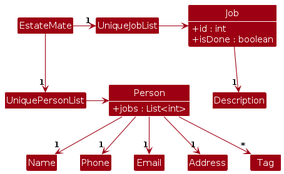
Above: diagrams/BetterModelClassDiagram.png in AY2526S1-CS2103T-F08a-2/tp (PlantUML), before the change. Its source is kept beside it as diagrams/BetterModelClassDiagram.puml. Source of this version:
```plantuml
@startuml
!include style.puml
skinparam arrowThickness 1.1
skinparam arrowColor MODEL_COLOR
skinparam classBackgroundColor MODEL_COLOR
skinparam ClassAttributeFontColor #MODEL_COLOR
skinparam ClassAttributeIconSize 0

EstateMate -right-> "1" UniquePersonList
EstateMate -right-> "1" UniqueJobList
UniquePersonList -right-> Person
UniqueJobList -right-> Job

UniqueJobList -[hidden]down- UniquePersonList

show Person attributes
class Person {
  +jobs : List<int>
}
Person --> "1" Name
Person --> "1" Phone
Person --> "1" Email
Person --> "1" Address

Person --> "*" Tag

show Job attributes
class Job {
  +id : int
  +isDone : boolean
}
Job --> "1" Description

@enduml
```
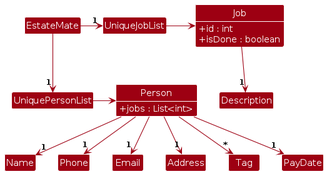
Later version of the same file.

Diff of the diagram source:
```diff
@@ -21,8 +21,8 @@
 Person --> "1" Phone
 Person --> "1" Email
 Person --> "1" Address
-
 Person --> "*" Tag
+Person --> "1" PayDate
 
 show Job attributes
 class Job {
```
